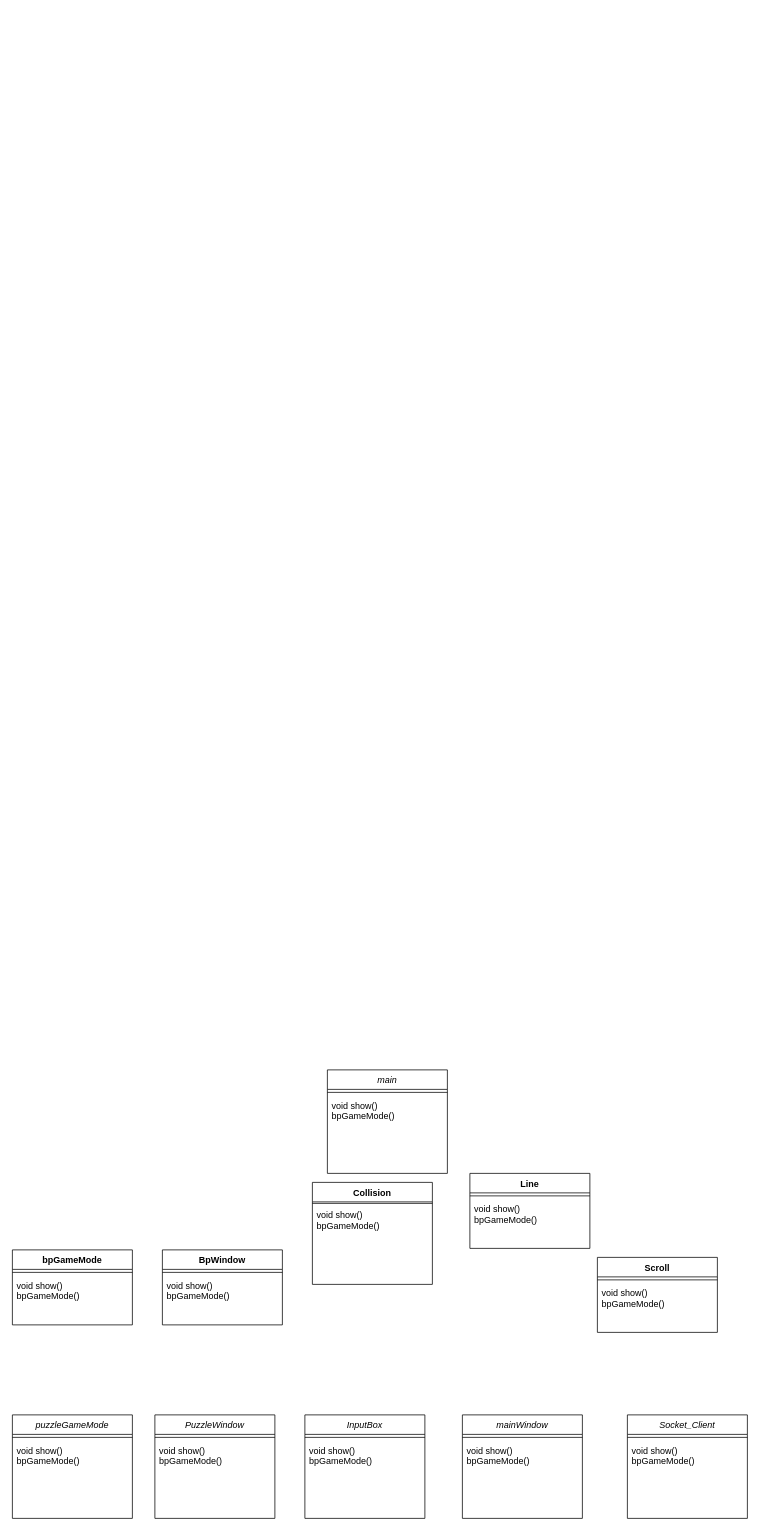
The draw.io diagram Wiki/diagramaClases.drawio in LuisDiego1010/Proyecto_II_DII_Lets_Play-, before the edit. Source tidied: cells renumbered, new cells numbered last; positions are measured from the earlier drawing's top-left corner, leaving out a move shared by most shapes. Both pictures are drawn from the tidied source at 75%, with x=0, y=0 at pixel (12, 1070).
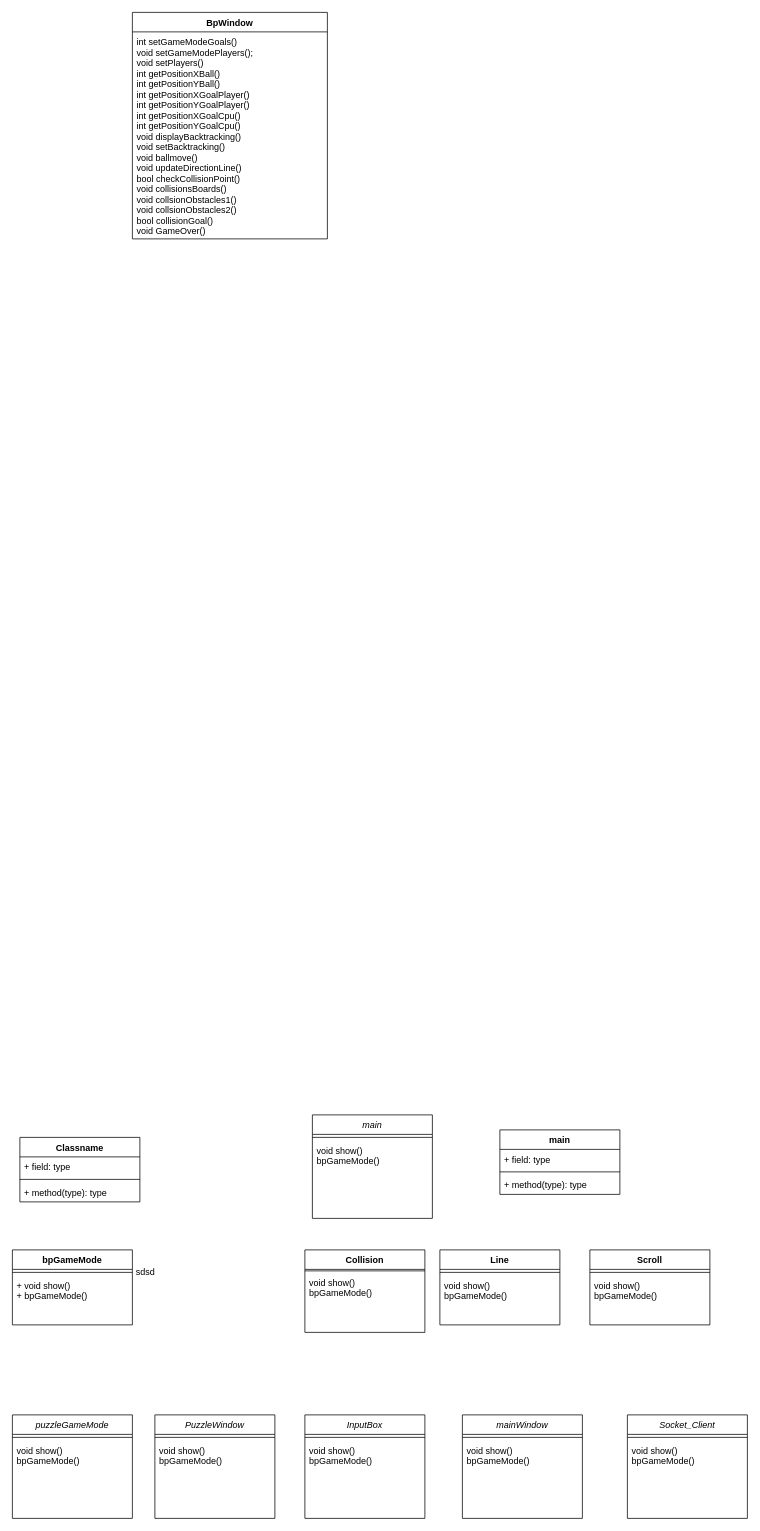
The same page after the edit.

The change refers to these unchanged cells:
```xml
<mxCell id="20" value="bpGameMode" style="swimlane;fontStyle=1;align=center;verticalAlign=top;horizontal=1;startSize=26;" parent="1" vertex="1">
  <mxGeometry y="240" width="160" height="100" as="geometry" />
</mxCell>
```

What changed in the source:
```diff
@@
     <mxCell id="17" value="main" style="swimlane;fontStyle=2;align=center;verticalAlign=top;horizontal=1;startSize=26;rounded=0;shadow=0;strokeWidth=1;" parent="1" vertex="1">
-      <mxGeometry x="420" width="160" height="138" as="geometry" />
+      <mxGeometry x="400" y="60" width="160" height="138" as="geometry" />
     </mxCell>
@@
-    <mxCell id="21" style="line;strokeWidth=1;fillColor=none;align=left;verticalAlign=middle;spacingTop=-1;spacingLeft=3;spacingRight=3;labelPosition=right;" parent="20" vertex="1">
+    <mxCell id="21" value="sdsd" style="line;strokeWidth=1;fillColor=none;align=left;verticalAlign=middle;spacingTop=-1;spacingLeft=3;spacingRight=3;labelPosition=right;" parent="20" vertex="1">
       <mxGeometry y="26" width="160" height="8" as="geometry" />
     </mxCell>
-    <mxCell id="22" value="void show()&#10;bpGameMode()&#10;" style="text;strokeColor=none;fillColor=none;align=left;verticalAlign=top;spacingLeft=4;spacingRight=4;overflow=hidden;" parent="20" vertex="1">
+    <mxCell id="22" value="+ void show()&#10;+ bpGameMode()&#10;" style="text;strokeColor=none;fillColor=none;align=left;verticalAlign=top;spacingLeft=4;spacingRight=4;overflow=hidden;" parent="20" vertex="1">
       <mxGeometry y="34" width="160" height="66" as="geometry" />
     </mxCell>
     <mxCell id="23" value="BpWindow" style="swimlane;fontStyle=1;align=center;verticalAlign=top;horizontal=1;startSize=26;" parent="1" vertex="1">
-      <mxGeometry x="200" y="240" width="160" height="100" as="geometry" />
+      <mxGeometry x="160" y="-1410" width="260" height="302" as="geometry" />
     </mxCell>
-    <mxCell id="24" style="line;strokeWidth=1;fillColor=none;align=left;verticalAlign=middle;spacingTop=-1;spacingLeft=3;spacingRight=3;labelPosition=right;" parent="23" vertex="1">
-      <mxGeometry y="26" width="160" height="8" as="geometry" />
-    </mxCell>
-    <mxCell id="25" value="void show()&#10;bpGameMode()&#10;" style="text;strokeColor=none;fillColor=none;align=left;verticalAlign=top;spacingLeft=4;spacingRight=4;overflow=hidden;" parent="23" vertex="1">
-      <mxGeometry y="34" width="160" height="66" as="geometry" />
+    <mxCell id="25" value="int setGameModeGoals()&#10;void setGameModePlayers();&#10;void setPlayers()&#10;int getPositionXBall()&#10;int getPositionYBall()&#10;int getPositionXGoalPlayer()&#10;int getPositionYGoalPlayer()&#10;int getPositionXGoalCpu()&#10;int getPositionYGoalCpu()&#10;void displayBacktracking()&#10;void setBacktracking()&#10;void ballmove()&#10;void updateDirectionLine()&#10;bool checkCollisionPoint()&#10;void collisionsBoards()&#10;void collsionObstacles1()&#10;void collsionObstacles2()&#10;bool collisionGoal()&#10;void GameOver()&#10;&#10;" style="text;strokeColor=none;fillColor=none;align=left;verticalAlign=top;spacingLeft=4;spacingRight=4;overflow=hidden;" parent="23" vertex="1">
+      <mxGeometry y="26" width="260" height="276" as="geometry" />
     </mxCell>
     <mxCell id="26" value="Collision" style="swimlane;fontStyle=1;align=center;verticalAlign=top;horizontal=1;startSize=26;" parent="1" vertex="1">
-      <mxGeometry x="400" y="150" width="160" height="136" as="geometry" />
+      <mxGeometry x="390" y="240" width="160" height="110" as="geometry" />
     </mxCell>
@@
     <mxCell id="28" value="void show()&#10;bpGameMode()&#10;" style="text;strokeColor=none;fillColor=none;align=left;verticalAlign=top;spacingLeft=4;spacingRight=4;overflow=hidden;" parent="26" vertex="1">
-      <mxGeometry y="30" width="160" height="106" as="geometry" />
+      <mxGeometry y="30" width="160" height="80" as="geometry" />
     </mxCell>
     <mxCell id="29" value="Line" style="swimlane;fontStyle=1;align=center;verticalAlign=top;horizontal=1;startSize=26;" parent="1" vertex="1">
-      <mxGeometry x="610" y="138" width="160" height="100" as="geometry" />
+      <mxGeometry x="570" y="240" width="160" height="100" as="geometry" />
     </mxCell>
@@
     <mxCell id="32" value="Scroll" style="swimlane;fontStyle=1;align=center;verticalAlign=top;horizontal=1;startSize=26;" parent="1" vertex="1">
-      <mxGeometry x="780" y="250" width="160" height="100" as="geometry" />
+      <mxGeometry x="770" y="240" width="160" height="100" as="geometry" />
     </mxCell>
@@
+    <mxCell id="35" value="Classname" style="swimlane;fontStyle=1;align=center;verticalAlign=top;horizontal=1;startSize=26;" parent="1" vertex="1">
+      <mxGeometry x="10" y="90" width="160" height="86" as="geometry" />
+    </mxCell>
+    <mxCell id="36" value="+ field: type" style="text;strokeColor=none;fillColor=none;align=left;verticalAlign=top;spacingLeft=4;spacingRight=4;overflow=hidden;" parent="35" vertex="1">
+      <mxGeometry y="26" width="160" height="26" as="geometry" />
+    </mxCell>
+    <mxCell id="37" style="line;strokeWidth=1;fillColor=none;align=left;verticalAlign=middle;spacingTop=-1;spacingLeft=3;spacingRight=3;labelPosition=right;" parent="35" vertex="1">
+      <mxGeometry y="52" width="160" height="8" as="geometry" />
+    </mxCell>
+    <mxCell id="38" value="+ method(type): type" style="text;strokeColor=none;fillColor=none;align=left;verticalAlign=top;spacingLeft=4;spacingRight=4;overflow=hidden;" parent="35" vertex="1">
+      <mxGeometry y="60" width="160" height="26" as="geometry" />
+    </mxCell>
+    <mxCell id="39" value="main" style="swimlane;fontStyle=1;align=center;verticalAlign=top;horizontal=1;startSize=26;" parent="1" vertex="1">
+      <mxGeometry x="650" y="80" width="160" height="86" as="geometry" />
+    </mxCell>
+    <mxCell id="40" value="+ field: type" style="text;strokeColor=none;fillColor=none;align=left;verticalAlign=top;spacingLeft=4;spacingRight=4;overflow=hidden;" parent="39" vertex="1">
+      <mxGeometry y="26" width="160" height="26" as="geometry" />
+    </mxCell>
+    <mxCell id="41" style="line;strokeWidth=1;fillColor=none;align=left;verticalAlign=middle;spacingTop=-1;spacingLeft=3;spacingRight=3;labelPosition=right;" parent="39" vertex="1">
+      <mxGeometry y="52" width="160" height="8" as="geometry" />
+    </mxCell>
+    <mxCell id="42" value="+ method(type): type" style="text;strokeColor=none;fillColor=none;align=left;verticalAlign=top;spacingLeft=4;spacingRight=4;overflow=hidden;" parent="39" vertex="1">
+      <mxGeometry y="60" width="160" height="26" as="geometry" />
+    </mxCell>
```
